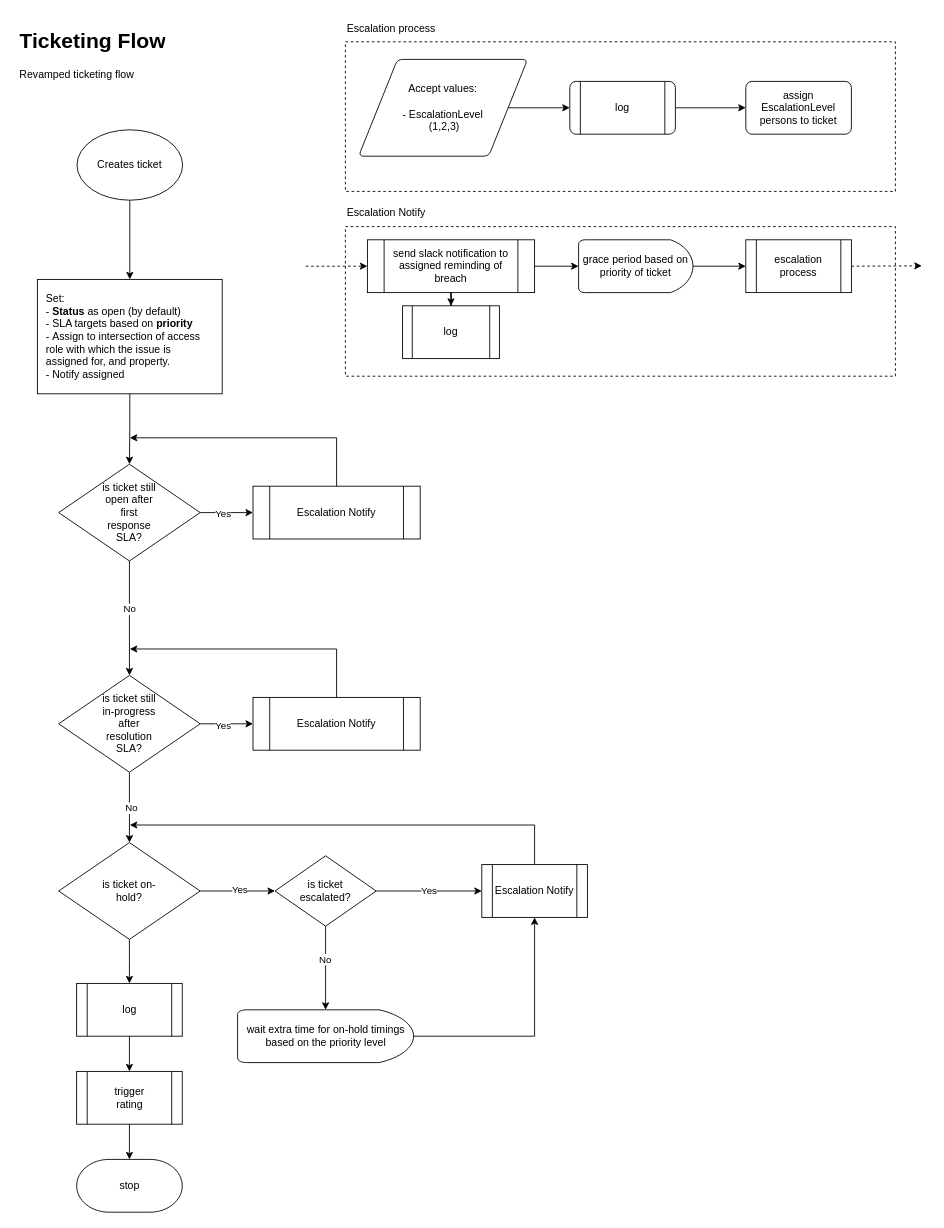
Earlier version of the draw.io diagram hyphen-architecture.drawio (hyphen-club/tech-architecture-diagram). Source tidied: cells renumbered, new cells numbered last; positions are measured from the earlier drawing's top-left corner, leaving out a move shared by most shapes. Both pictures are drawn from the tidied source at 88%, with x=0, y=0 at pixel (15, 15).
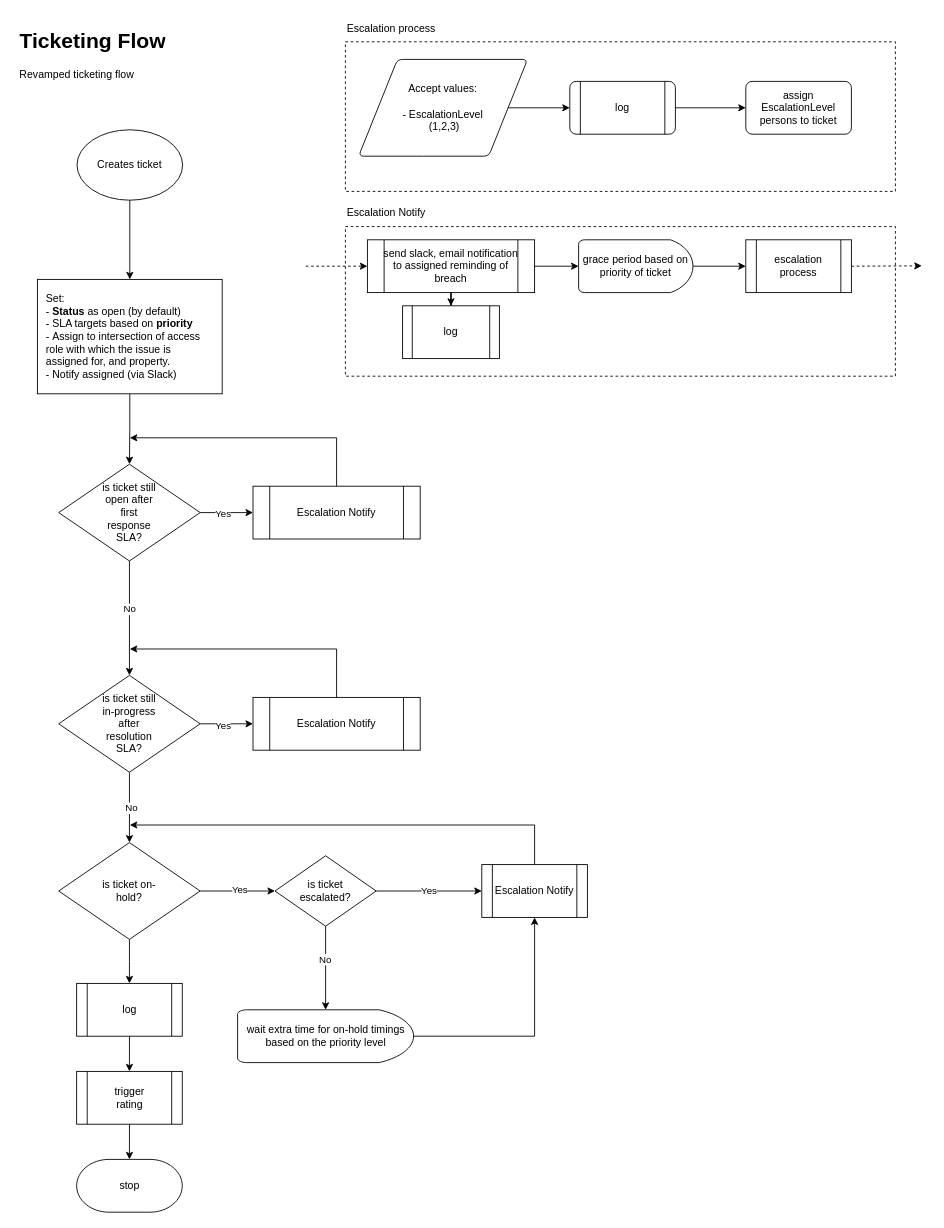
The same diagram, later.

Diff of the diagram source:
```diff
@@
-    <mxCell id="6" value="&lt;div align=&quot;left&quot;&gt;Set:&lt;/div&gt;&lt;div align=&quot;left&quot;&gt;-&lt;b&gt; Status&lt;/b&gt; as open (by default)&lt;br&gt;- SLA targets based on &lt;b&gt;priority&lt;/b&gt;&lt;/div&gt;&lt;div align=&quot;left&quot;&gt;-&lt;b&gt; &lt;/b&gt;Assign to intersection of access role with which the issue is assigned for, and property.&lt;/div&gt;&lt;div align=&quot;left&quot;&gt;- Notify assigned&lt;br&gt;&lt;/div&gt;" style="whiteSpace=wrap;html=1;align=left;spacing=10;" parent="1" vertex="1">
+    <mxCell id="6" value="&lt;div align=&quot;left&quot;&gt;Set:&lt;/div&gt;&lt;div align=&quot;left&quot;&gt;-&lt;b&gt; Status&lt;/b&gt; as open (by default)&lt;br&gt;- SLA targets based on &lt;b&gt;priority&lt;/b&gt;&lt;/div&gt;&lt;div align=&quot;left&quot;&gt;-&lt;b&gt; &lt;/b&gt;Assign to intersection of access role with which the issue is assigned for, and property.&lt;/div&gt;&lt;div align=&quot;left&quot;&gt;- Notify assigned (via Slack)&lt;br&gt;&lt;/div&gt;" style="whiteSpace=wrap;html=1;align=left;spacing=10;" parent="1" vertex="1">
       <mxGeometry x="25" y="300" width="210" height="130" as="geometry" />
     </mxCell>
@@
-    <mxCell id="28" value="send slack notification to assigned reminding of breach" style="shape=process;whiteSpace=wrap;html=1;backgroundOutline=1;comic=0;spacing=0;" parent="1" vertex="1">
+    <mxCell id="28" value="send slack, email notification to assigned reminding of breach" style="shape=process;whiteSpace=wrap;html=1;backgroundOutline=1;comic=0;spacing=0;" parent="1" vertex="1">
       <mxGeometry x="400" y="255" width="190" height="60" as="geometry" />
     </mxCell>
```
